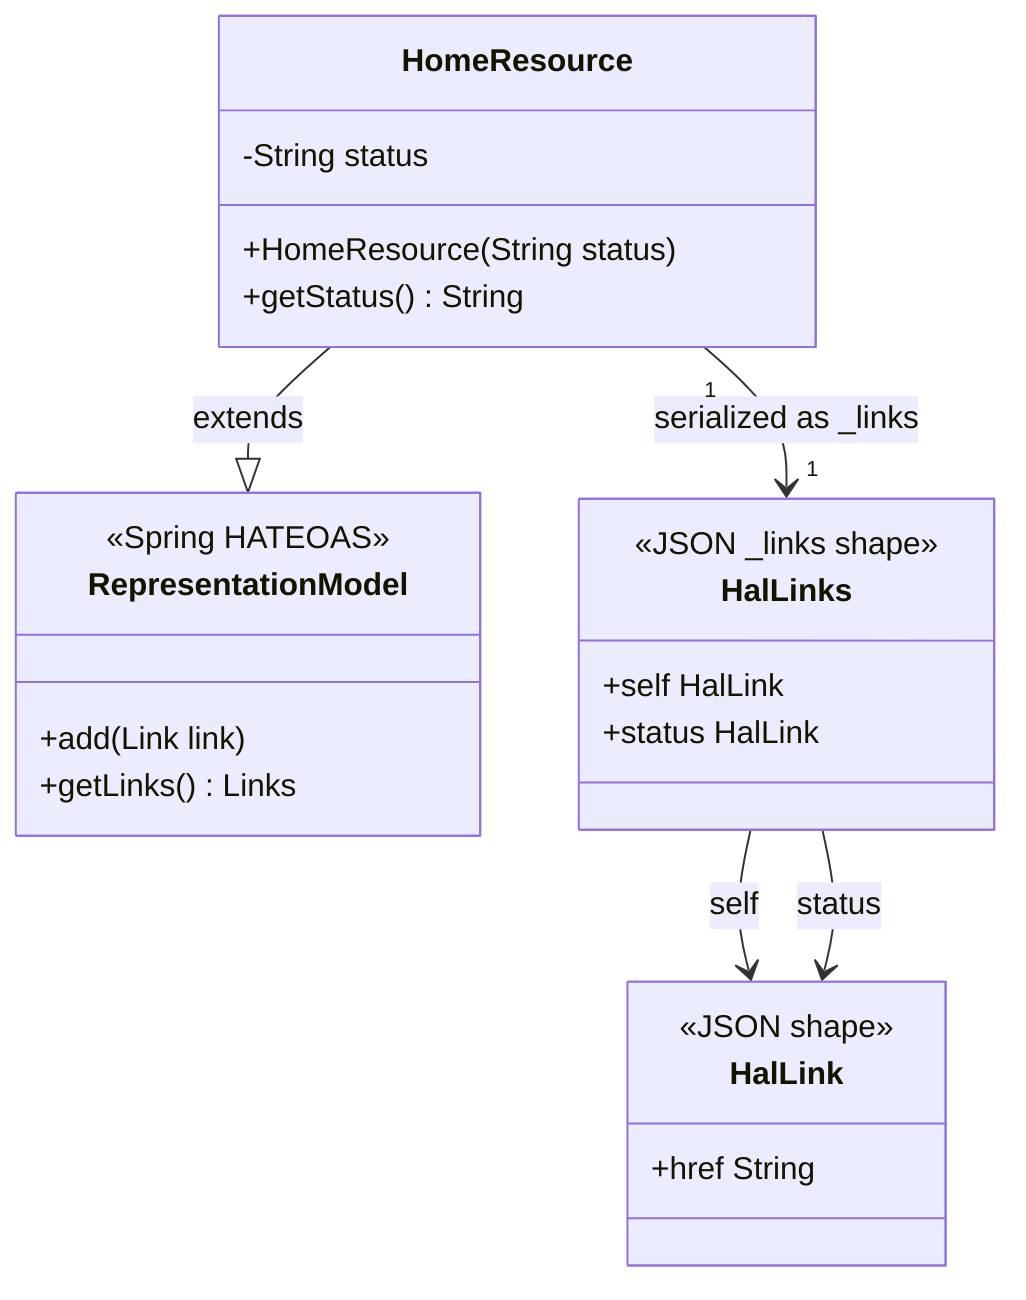
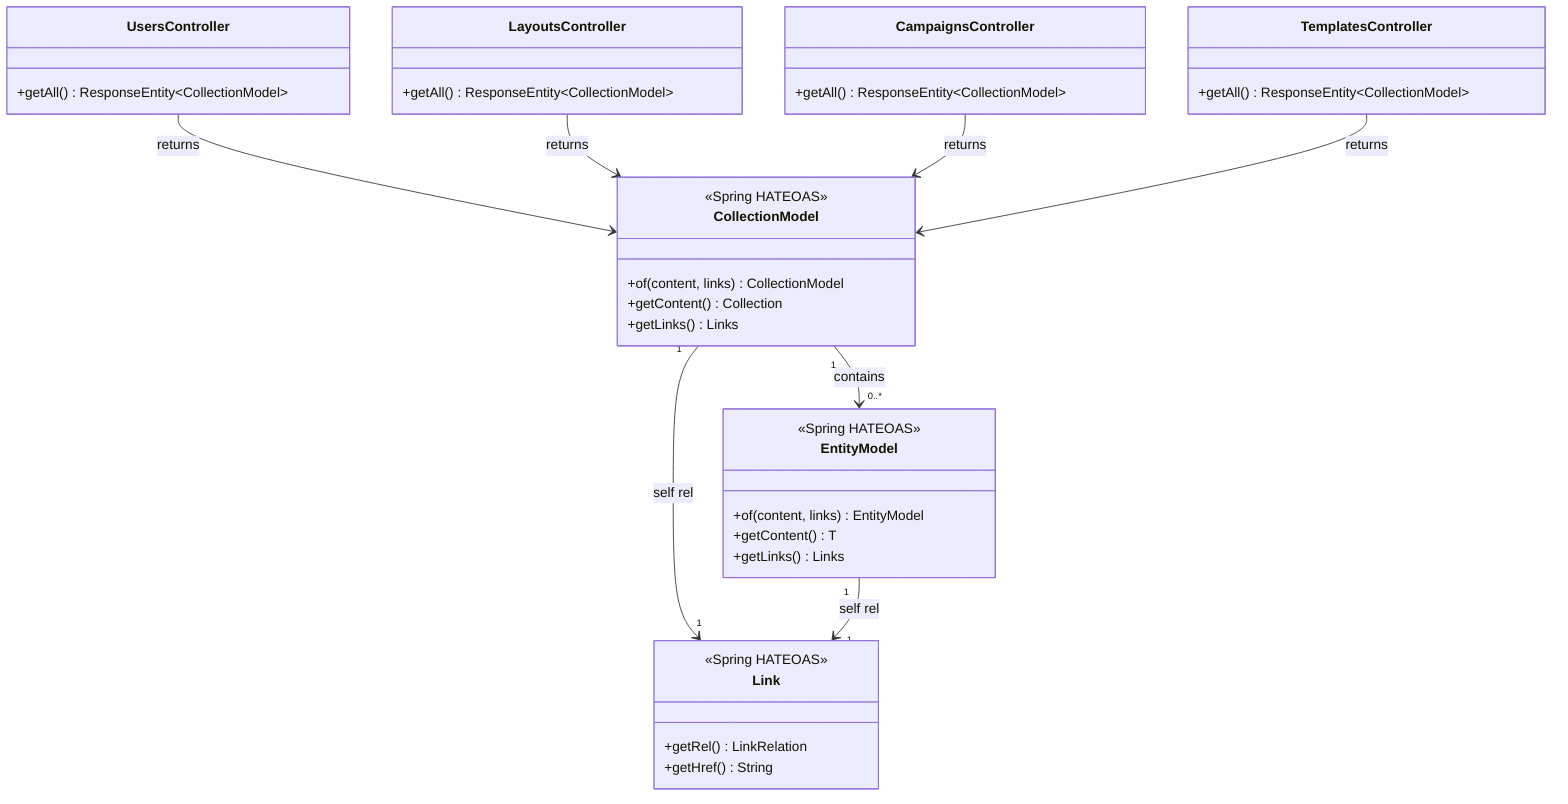
classDiagram
-     class HomeResource {
-         -String status
-         +HomeResource(String status)
-         +getStatus() String
-     }
- 
-     class RepresentationModel {
+     class CollectionModel {
        <<Spring HATEOAS>>
-         +add(Link link)
+         +of(content, links) CollectionModel
+         +getContent() Collection
        +getLinks() Links
    }

-     class HalLinks {
-         <<JSON _links shape>>
-         +self HalLink
-         +status HalLink
+     class EntityModel {
+         <<Spring HATEOAS>>
+         +of(content, links) EntityModel
+         +getContent() T
+         +getLinks() Links
    }

-     class HalLink {
-         <<JSON shape>>
-         +href String
+     class Link {
+         <<Spring HATEOAS>>
+         +getRel() LinkRelation
+         +getHref() String
    }

-     HomeResource --|> RepresentationModel : extends
-     HomeResource "1" --> "1" HalLinks : serialized as _links
-     HalLinks --> HalLink : self
-     HalLinks --> HalLink : status
+     class UsersController {
+         +getAll() ResponseEntity~CollectionModel~
+     }
+ 
+     class LayoutsController {
+         +getAll() ResponseEntity~CollectionModel~
+     }
+ 
+     class CampaignsController {
+         +getAll() ResponseEntity~CollectionModel~
+     }
+ 
+     class TemplatesController {
+         +getAll() ResponseEntity~CollectionModel~
+     }
+ 
+     CollectionModel "1" --> "0..*" EntityModel : contains
+     CollectionModel "1" --> "1" Link : self rel
+     EntityModel "1" --> "1" Link : self rel
+     UsersController --> CollectionModel : returns
+     LayoutsController --> CollectionModel : returns
+     CampaignsController --> CollectionModel : returns
+     TemplatesController --> CollectionModel : returns
